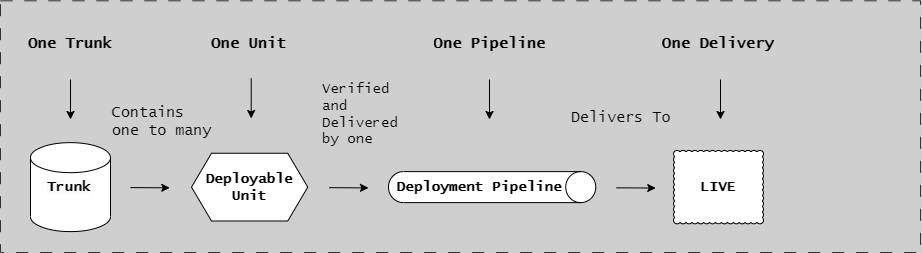
The draw.io diagram docs/assets/branching/overview.drawio.png in ready-to-release/eac, before a commit. Source tidied: cells renumbered, new cells last; positions are measured from the earlier drawing's top-left corner, leaving out a move shared by most shapes.
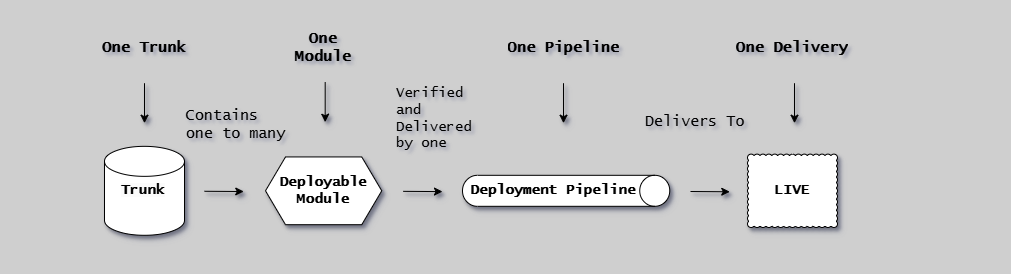
The same file after the commit.

Change to the diagram source:
```diff
@@ -1,94 +1,94 @@
-<mxGraphModel background="#CFCFCF">
+<mxGraphModel background="#CFCFCF" shadow="1">
   <root>
     <mxCell id="0" />
     <mxCell id="1" parent="0" />
-    <mxCell id="2" value="&lt;span style=&quot;font-size: 15px; font-style: normal; font-variant-ligatures: normal; font-variant-caps: normal; letter-spacing: normal; orphans: 2; text-align: center; text-indent: 0px; text-transform: none; widows: 2; word-spacing: 0px; -webkit-text-stroke-width: 0px; text-decoration-thickness: initial; text-decoration-style: initial; text-decoration-color: initial; float: none; display: inline !important;&quot;&gt;Contains one to many&lt;/span&gt;" style="text;whiteSpace=wrap;html=1;labelBackgroundColor=none;fontColor=#000000;fontFamily=Lucida Console;fontStyle=0;fontSize=15;" parent="1" vertex="1">
+    <mxCell id="2" value="&lt;span style=&quot;font-size: 15px; font-style: normal; font-variant-ligatures: normal; font-variant-caps: normal; letter-spacing: normal; orphans: 2; text-align: center; text-indent: 0px; text-transform: none; widows: 2; word-spacing: 0px; -webkit-text-stroke-width: 0px; text-decoration-thickness: initial; text-decoration-style: initial; text-decoration-color: initial; float: none; display: inline !important;&quot;&gt;Contains one to many&lt;/span&gt;" style="text;whiteSpace=wrap;html=1;labelBackgroundColor=none;fontColor=#000000;fontFamily=Lucida Console;fontStyle=0;fontSize=15;shadow=1;" parent="1" vertex="1">
       <mxGeometry x="110" y="96.6" width="103.4" height="40" as="geometry" />
     </mxCell>
-    <mxCell id="3" value="&lt;span style=&quot;font-size: 14px; font-style: normal; font-variant-ligatures: normal; font-variant-caps: normal; letter-spacing: normal; orphans: 2; text-align: center; text-indent: 0px; text-transform: none; widows: 2; word-spacing: 0px; -webkit-text-stroke-width: 0px; text-decoration-thickness: initial; text-decoration-style: initial; text-decoration-color: initial; float: none; display: inline !important;&quot;&gt;Verified and Delivered by one&lt;/span&gt;" style="text;whiteSpace=wrap;html=1;labelBackgroundColor=none;fontColor=#000000;fontFamily=Lucida Console;fontStyle=0;fontSize=14;" parent="1" vertex="1">
+    <mxCell id="3" value="&lt;span style=&quot;font-size: 14px; font-style: normal; font-variant-ligatures: normal; font-variant-caps: normal; letter-spacing: normal; orphans: 2; text-align: center; text-indent: 0px; text-transform: none; widows: 2; word-spacing: 0px; -webkit-text-stroke-width: 0px; text-decoration-thickness: initial; text-decoration-style: initial; text-decoration-color: initial; float: none; display: inline !important;&quot;&gt;Verified and Delivered by one&lt;/span&gt;" style="text;whiteSpace=wrap;html=1;labelBackgroundColor=none;fontColor=#000000;fontFamily=Lucida Console;fontStyle=0;fontSize=14;shadow=1;" parent="1" vertex="1">
       <mxGeometry x="320" y="73.9" width="90" height="78.9" as="geometry" />
     </mxCell>
-    <mxCell id="4" value="&lt;span style=&quot;font-size: 15px; font-style: normal; font-variant-ligatures: normal; font-variant-caps: normal; letter-spacing: normal; orphans: 2; text-align: center; text-indent: 0px; text-transform: none; widows: 2; word-spacing: 0px; -webkit-text-stroke-width: 0px; text-decoration-thickness: initial; text-decoration-style: initial; text-decoration-color: initial; float: none; display: inline !important;&quot;&gt;Delivers To&lt;/span&gt;" style="text;whiteSpace=wrap;html=1;labelBackgroundColor=none;fontColor=#000000;fontFamily=Lucida Console;fontStyle=0;fontSize=15;" parent="1" vertex="1">
+    <mxCell id="4" value="&lt;span style=&quot;font-size: 15px; font-style: normal; font-variant-ligatures: normal; font-variant-caps: normal; letter-spacing: normal; orphans: 2; text-align: center; text-indent: 0px; text-transform: none; widows: 2; word-spacing: 0px; -webkit-text-stroke-width: 0px; text-decoration-thickness: initial; text-decoration-style: initial; text-decoration-color: initial; float: none; display: inline !important;&quot;&gt;Delivers To&lt;/span&gt;" style="text;whiteSpace=wrap;html=1;labelBackgroundColor=none;fontColor=#000000;fontFamily=Lucida Console;fontStyle=0;fontSize=15;shadow=1;" parent="1" vertex="1">
       <mxGeometry x="569" y="102.1" width="110" height="40" as="geometry" />
     </mxCell>
-    <mxCell id="5" value="Deployable&lt;br style=&quot;font-size: 14px;&quot;&gt;Unit" style="shape=hexagon;perimeter=hexagonPerimeter2;whiteSpace=wrap;html=1;fixedSize=1;fontFamily=Lucida Console;fontStyle=1;fontSize=14;" parent="1" vertex="1">
+    <mxCell id="5" value="Deployable&lt;br style=&quot;font-size: 14px;&quot;&gt;Module" style="shape=hexagon;perimeter=hexagonPerimeter2;whiteSpace=wrap;html=1;fixedSize=1;fontFamily=Lucida Console;fontStyle=1;fontSize=14;shadow=1;" parent="1" vertex="1">
       <mxGeometry x="191" y="152.7" width="116.2" height="67.8" as="geometry" />
     </mxCell>
-    <mxCell id="6" style="shape=cylinder3;whiteSpace=wrap;html=1;boundedLbl=1;backgroundOutline=1;size=15;fontFamily=Lucida Console;fontStyle=1;fontSize=14;" parent="1" vertex="1">
-      <mxGeometry x="30" y="142.2" width="80" height="88.9" as="geometry" />
+    <mxCell id="6" style="shape=cylinder3;whiteSpace=wrap;html=1;boundedLbl=1;backgroundOutline=1;size=15;fontFamily=Lucida Console;fontStyle=1;fontSize=14;shadow=1;" parent="1" vertex="1">
+      <mxGeometry x="30" y="142.1" width="80" height="88.9" as="geometry" />
     </mxCell>
-    <mxCell id="7" value="LIVE" style="whiteSpace=wrap;html=1;shape=mxgraph.basic.cloud_rect;fontFamily=Lucida Console;fontStyle=1;fontSize=14;" parent="1" vertex="1">
+    <mxCell id="7" value="LIVE" style="whiteSpace=wrap;html=1;shape=mxgraph.basic.cloud_rect;fontFamily=Lucida Console;fontStyle=1;fontSize=14;shadow=1;" parent="1" vertex="1">
       <mxGeometry x="673" y="149.9" width="90" height="73.4" as="geometry" />
     </mxCell>
-    <mxCell id="8" style="endArrow=classic;html=1;rounded=0;fontFamily=Lucida Console;fontStyle=1;fontSize=14;" parent="1" edge="1">
+    <mxCell id="8" style="endArrow=classic;html=1;rounded=0;fontFamily=Lucida Console;fontStyle=1;fontSize=14;shadow=1;" parent="1" edge="1">
       <mxGeometry relative="1" as="geometry">
         <mxPoint x="616" y="187.3" as="sourcePoint" />
-        <mxPoint x="655.2" y="187.6" as="targetPoint" />
+        <mxPoint x="655.2" y="187.5" as="targetPoint" />
       </mxGeometry>
     </mxCell>
-    <mxCell id="9" style="group;strokeColor=#333333;dashed=1;dashPattern=12 12;fontFamily=Lucida Console;fontStyle=1;" parent="1" vertex="1">
-      <mxGeometry y="0.3" width="920" height="251.7" as="geometry" />
+    <mxCell id="9" style="group;strokeColor=none;dashed=1;dashPattern=12 12;fontFamily=Lucida Console;fontStyle=1;shadow=1;" parent="1" vertex="1">
+      <mxGeometry x="-70" y="0.3" width="990" height="251.7" as="geometry" />
     </mxCell>
-    <mxCell id="10" style="endArrow=classic;html=1;rounded=0;fontFamily=Lucida Console;fontStyle=1;fontSize=14;" parent="1" edge="1">
+    <mxCell id="10" style="endArrow=classic;html=1;rounded=0;fontFamily=Lucida Console;fontStyle=1;fontSize=14;shadow=1;" parent="1" edge="1">
       <mxGeometry relative="1" as="geometry">
-        <mxPoint x="328.8" y="187.2" as="sourcePoint" />
+        <mxPoint x="328.8" y="187.1" as="sourcePoint" />
         <mxPoint x="368" y="187.4" as="targetPoint" />
       </mxGeometry>
     </mxCell>
-    <mxCell id="11" style="endArrow=classic;html=1;rounded=0;fontFamily=Lucida Console;fontStyle=1;fontSize=14;" parent="1" edge="1">
+    <mxCell id="11" style="endArrow=classic;html=1;rounded=0;fontFamily=Lucida Console;fontStyle=1;fontSize=14;shadow=1;" parent="1" edge="1">
       <mxGeometry relative="1" as="geometry">
         <mxPoint x="130" y="187.1" as="sourcePoint" />
         <mxPoint x="169.2" y="187.3" as="targetPoint" />
       </mxGeometry>
     </mxCell>
-    <mxCell id="12" value="&lt;span style=&quot;color: rgb(0, 0, 0); font-family: &amp;quot;Lucida Console&amp;quot;; font-size: 14px; font-style: normal; font-variant-ligatures: normal; font-variant-caps: normal; font-weight: 700; letter-spacing: normal; orphans: 2; text-align: center; text-indent: 0px; text-transform: none; widows: 2; word-spacing: 0px; -webkit-text-stroke-width: 0px; background-color: rgb(251, 251, 251); text-decoration-thickness: initial; text-decoration-style: initial; text-decoration-color: initial; float: none; display: inline !important;&quot;&gt;Trunk&lt;/span&gt;" style="text;whiteSpace=wrap;html=1;" parent="1" vertex="1">
+    <mxCell id="12" value="&lt;span style=&quot;color: rgb(0, 0, 0); font-family: &amp;quot;Lucida Console&amp;quot;; font-size: 14px; font-style: normal; font-variant-ligatures: normal; font-variant-caps: normal; font-weight: 700; letter-spacing: normal; orphans: 2; text-align: center; text-indent: 0px; text-transform: none; widows: 2; word-spacing: 0px; -webkit-text-stroke-width: 0px; background-color: rgb(251, 251, 251); text-decoration-thickness: initial; text-decoration-style: initial; text-decoration-color: initial; float: none; display: inline !important;&quot;&gt;Trunk&lt;/span&gt;" style="text;whiteSpace=wrap;html=1;shadow=1;" parent="1" vertex="1">
       <mxGeometry x="45" y="171.6" width="60" height="30" as="geometry" />
     </mxCell>
-    <mxCell id="13" style="shape=cylinder3;whiteSpace=wrap;html=1;boundedLbl=1;backgroundOutline=1;size=15;rotation=90;fontFamily=Lucida Console;fontStyle=1;fontSize=14;" parent="1" vertex="1">
+    <mxCell id="13" style="shape=cylinder3;whiteSpace=wrap;html=1;boundedLbl=1;backgroundOutline=1;size=15;rotation=90;fontFamily=Lucida Console;fontStyle=1;fontSize=14;shadow=1;" parent="1" vertex="1">
       <mxGeometry x="476.1" y="83" width="31" height="207.2" as="geometry" />
     </mxCell>
-    <mxCell id="14" value="&lt;font style=&quot;font-size: 14px;&quot;&gt;Deployment Pipeline&lt;br style=&quot;font-size: 14px;&quot;&gt;&lt;/font&gt;" style="text;html=1;strokeColor=none;fillColor=none;align=center;verticalAlign=middle;whiteSpace=wrap;rounded=0;fontFamily=Lucida Console;fontStyle=1;fontSize=14;" parent="1" vertex="1">
+    <mxCell id="14" value="&lt;font style=&quot;font-size: 14px;&quot;&gt;Deployment Pipeline&lt;br style=&quot;font-size: 14px;&quot;&gt;&lt;/font&gt;" style="text;html=1;strokeColor=none;fillColor=none;align=center;verticalAlign=middle;whiteSpace=wrap;rounded=0;fontFamily=Lucida Console;fontStyle=1;fontSize=14;shadow=1;" parent="1" vertex="1">
       <mxGeometry x="389" y="176.6" width="180" height="20" as="geometry" />
     </mxCell>
     <object id="15" label="One Trunk" name="Variable" placeholders="1">
-      <mxCell style="text;html=1;strokeColor=none;fillColor=none;align=center;verticalAlign=middle;whiteSpace=wrap;overflow=hidden;fontSize=15;fontFamily=Lucida Console;fontStyle=1;" parent="1" vertex="1">
+      <mxCell style="text;html=1;strokeColor=none;fillColor=none;align=center;verticalAlign=middle;whiteSpace=wrap;overflow=hidden;fontSize=15;fontFamily=Lucida Console;fontStyle=1;shadow=1;" parent="1" vertex="1">
         <mxGeometry x="23" y="22" width="94" height="42.8" as="geometry" />
       </mxCell>
     </object>
-    <mxCell id="16" style="endArrow=classic;html=1;rounded=0;fontFamily=Lucida Console;fontStyle=1;fontSize=15;" parent="1" edge="1">
+    <mxCell id="16" style="endArrow=classic;html=1;rounded=0;fontFamily=Lucida Console;fontStyle=1;fontSize=15;shadow=1;" parent="1" edge="1">
       <mxGeometry relative="1" as="geometry">
         <mxPoint x="70" y="79" as="sourcePoint" />
         <mxPoint x="70" y="119" as="targetPoint" />
       </mxGeometry>
     </mxCell>
-    <object id="17" label="One Unit" name="Variable" placeholders="1">
-      <mxCell style="text;html=1;strokeColor=none;fillColor=none;align=center;verticalAlign=middle;whiteSpace=wrap;overflow=hidden;fontSize=15;fontFamily=Lucida Console;fontStyle=1;" parent="1" vertex="1">
+    <object id="17" label="One Module" name="Variable" placeholders="1">
+      <mxCell style="text;html=1;strokeColor=none;fillColor=none;align=center;verticalAlign=middle;whiteSpace=wrap;overflow=hidden;fontSize=15;fontFamily=Lucida Console;fontStyle=1;shadow=1;" parent="1" vertex="1">
         <mxGeometry x="208.4" y="22" width="81.5" height="42.8" as="geometry" />
       </mxCell>
     </object>
     <object id="18" label="One Pipeline" name="Variable" placeholders="1">
-      <mxCell style="text;html=1;strokeColor=none;fillColor=none;align=center;verticalAlign=middle;whiteSpace=wrap;overflow=hidden;fontSize=15;fontFamily=Lucida Console;fontStyle=1;" parent="1" vertex="1">
+      <mxCell style="text;html=1;strokeColor=none;fillColor=none;align=center;verticalAlign=middle;whiteSpace=wrap;overflow=hidden;fontSize=15;fontFamily=Lucida Console;fontStyle=1;shadow=1;" parent="1" vertex="1">
         <mxGeometry x="429" y="22" width="121.4" height="42.8" as="geometry" />
       </mxCell>
     </object>
     <object id="19" label="One Delivery" name="Variable" placeholders="1">
-      <mxCell style="text;html=1;strokeColor=none;fillColor=none;align=center;verticalAlign=middle;whiteSpace=wrap;overflow=hidden;fontSize=15;fontFamily=Lucida Console;fontStyle=1;" parent="1" vertex="1">
+      <mxCell style="text;html=1;strokeColor=none;fillColor=none;align=center;verticalAlign=middle;whiteSpace=wrap;overflow=hidden;fontSize=15;fontFamily=Lucida Console;fontStyle=1;shadow=1;" parent="1" vertex="1">
         <mxGeometry x="634" y="22" width="168" height="42.8" as="geometry" />
       </mxCell>
     </object>
-    <mxCell id="20" style="endArrow=classic;html=1;rounded=0;fontFamily=Lucida Console;fontStyle=1;fontSize=15;" parent="1" edge="1">
+    <mxCell id="20" style="endArrow=classic;html=1;rounded=0;fontFamily=Lucida Console;fontStyle=1;fontSize=15;shadow=1;" parent="1" edge="1">
       <mxGeometry relative="1" as="geometry">
         <mxPoint x="250.7" y="78" as="sourcePoint" />
         <mxPoint x="250.7" y="118" as="targetPoint" />
       </mxGeometry>
     </mxCell>
-    <mxCell id="21" style="endArrow=classic;html=1;rounded=0;fontFamily=Lucida Console;fontStyle=1;fontSize=15;" parent="1" edge="1">
+    <mxCell id="21" style="endArrow=classic;html=1;rounded=0;fontFamily=Lucida Console;fontStyle=1;fontSize=15;shadow=1;" parent="1" edge="1">
       <mxGeometry relative="1" as="geometry">
         <mxPoint x="489" y="79" as="sourcePoint" />
         <mxPoint x="489" y="119" as="targetPoint" />
       </mxGeometry>
     </mxCell>
-    <mxCell id="22" style="endArrow=classic;html=1;rounded=0;fontFamily=Lucida Console;fontStyle=1;fontSize=15;" parent="1" edge="1">
+    <mxCell id="22" style="endArrow=classic;html=1;rounded=0;fontFamily=Lucida Console;fontStyle=1;fontSize=15;shadow=1;" parent="1" edge="1">
       <mxGeometry relative="1" as="geometry">
         <mxPoint x="720" y="79" as="sourcePoint" />
         <mxPoint x="720" y="119" as="targetPoint" />
```
